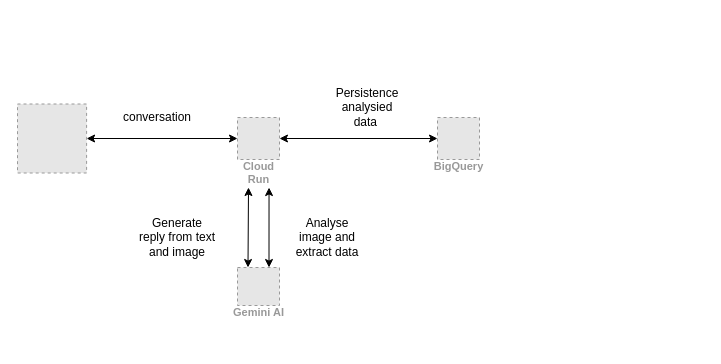
Before: docs/infra-architecture.drawio in kyong0612/fitness-supporter, a draw.io diagram. Source tidied: cells renumbered, new cells numbered last; positions are measured from the earlier drawing's top-left corner, leaving out a move shared by most shapes. Both pictures are drawn from the tidied source at 100%, with x=0, y=0 at pixel (17, 87). Pictures stored in the file or linked from it are replaced by grey dashed boxes.
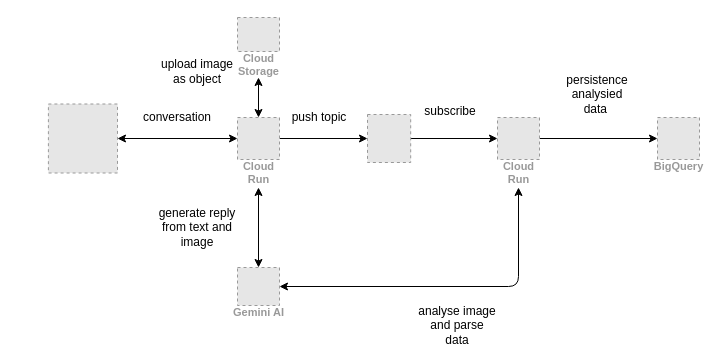
The same diagram, later.

The change refers to these unchanged cells:
```xml
<mxCell id="3" value="Cloud&#10;Run" style="fillColor=#E6E6E6;strokeColor=#999999;dashed=1;html=1;verticalAlign=top;labelPosition=center;verticalLabelPosition=bottom;align=center;spacingTop=-6;fontSize=11;fontStyle=1;fontColor=#999999;" parent="1" vertex="1">
  <mxGeometry x="220" y="30" width="42" height="42" as="geometry" />
</mxCell>
<mxCell id="9" value="Gemini AI" style="fillColor=#E6E6E6;strokeColor=#999999;dashed=1;html=1;verticalAlign=top;labelPosition=center;verticalLabelPosition=bottom;align=center;spacingTop=-6;fontSize=11;fontStyle=1;fontColor=#999999;" parent="1" vertex="1">
  <mxGeometry x="220" y="180" width="42" height="38" as="geometry" />
</mxCell>
```

The edit, as a diff of the source:
```diff
@@
-    <mxCell id="2" style="edgeStyle=none;html=1;entryX=0;entryY=0.5;entryDx=0;entryDy=0;startArrow=classic;startFill=1;" parent="1" edge="1" source="3" target="6">
-      <mxGeometry relative="1" as="geometry" />
-    </mxCell>
+    <mxCell id="14" style="edgeStyle=none;html=1;startArrow=classic;startFill=1;" parent="1" edge="1" source="3">
+      <mxGeometry relative="1" as="geometry">
+        <mxPoint x="241" y="-10" as="targetPoint" />
+      </mxGeometry>
+    </mxCell>
+    <mxCell id="15" style="edgeStyle=none;html=1;startArrow=none;startFill=0;" parent="1" edge="1" source="3" target="24">
+      <mxGeometry relative="1" as="geometry" />
+    </mxCell>
@@
     <mxCell id="5" style="fillColor=#E6E6E6;strokeColor=#999999;dashed=1;verticalLabelPosition=bottom;labelBackgroundColor=default;verticalAlign=top;" parent="1" vertex="1">
-      <mxGeometry y="16.5" width="69.1" height="69" as="geometry" />
+      <mxGeometry x="30.9" y="16.5" width="69.1" height="69" as="geometry" />
     </mxCell>
     <mxCell id="6" value="BigQuery" style="fillColor=#E6E6E6;strokeColor=#999999;dashed=1;html=1;verticalAlign=top;labelPosition=center;verticalLabelPosition=bottom;align=center;spacingTop=-6;fontSize=11;fontStyle=1;fontColor=#999999;" parent="1" vertex="1">
-      <mxGeometry x="420" y="30" width="42" height="42" as="geometry" />
+      <mxGeometry x="640" y="30" width="42" height="42" as="geometry" />
     </mxCell>
-    <mxCell id="7" style="edgeStyle=none;html=1;exitX=0.25;exitY=0;exitDx=0;exitDy=0;startArrow=classic;startFill=1;" parent="1" edge="1" source="9">
+    <mxCell id="7" style="edgeStyle=none;html=1;exitX=0.5;exitY=0;exitDx=0;exitDy=0;startArrow=classic;startFill=1;" parent="1" edge="1" source="9">
       <mxGeometry relative="1" as="geometry">
-        <mxPoint x="231" y="100" as="targetPoint" />
+        <mxPoint x="241" y="100" as="targetPoint" />
       </mxGeometry>
     </mxCell>
-    <mxCell id="8" style="edgeStyle=none;html=1;exitX=0.75;exitY=0;exitDx=0;exitDy=0;entryX=0.751;entryY=1.667;entryDx=0;entryDy=0;entryPerimeter=0;startArrow=classic;startFill=1;" parent="1" edge="1" source="9" target="3">
-      <mxGeometry relative="1" as="geometry" />
-    </mxCell>
@@
-    <mxCell id="10" value="Generate reply from text and image" style="text;html=1;strokeColor=none;fillColor=none;align=center;verticalAlign=middle;whiteSpace=wrap;rounded=0;" parent="1" vertex="1">
-      <mxGeometry x="120" y="130" width="80" height="40" as="geometry" />
+    <mxCell id="10" value="generate reply from text and image" style="text;html=1;strokeColor=none;fillColor=none;align=center;verticalAlign=middle;whiteSpace=wrap;rounded=0;" parent="1" vertex="1">
+      <mxGeometry x="140" y="120" width="80" height="40" as="geometry" />
     </mxCell>
-    <mxCell id="11" value="Analyse image and extract data" style="text;html=1;strokeColor=none;fillColor=none;align=center;verticalAlign=middle;whiteSpace=wrap;rounded=0;" parent="1" vertex="1">
-      <mxGeometry x="270" y="130" width="80" height="40" as="geometry" />
-    </mxCell>
-    <mxCell id="12" value="Persistence analysied data&amp;nbsp;" style="text;html=1;strokeColor=none;fillColor=none;align=center;verticalAlign=middle;whiteSpace=wrap;rounded=0;" parent="1" vertex="1">
-      <mxGeometry x="310" width="80" height="40" as="geometry" />
+    <mxCell id="12" value="persistence analysied data&amp;nbsp;" style="text;html=1;strokeColor=none;fillColor=none;align=center;verticalAlign=middle;whiteSpace=wrap;rounded=0;" parent="1" vertex="1">
+      <mxGeometry x="540" y="-13" width="80" height="40" as="geometry" />
     </mxCell>
     <mxCell id="13" value="conversation" style="text;html=1;strokeColor=none;fillColor=none;align=center;verticalAlign=middle;whiteSpace=wrap;rounded=0;" parent="1" vertex="1">
-      <mxGeometry x="100" y="10" width="80" height="40" as="geometry" />
+      <mxGeometry x="120" y="10" width="80" height="40" as="geometry" />
     </mxCell>
+    <mxCell id="16" value="Cloud&#10;Storage" style="fillColor=#E6E6E6;strokeColor=#999999;dashed=1;html=1;verticalAlign=top;labelPosition=center;verticalLabelPosition=bottom;align=center;spacingTop=-6;fontSize=11;fontStyle=1;fontColor=#999999;" parent="1" vertex="1">
+      <mxGeometry x="220" y="-70" width="42" height="34" as="geometry" />
+    </mxCell>
+    <mxCell id="17" value="upload image as object" style="text;html=1;strokeColor=none;fillColor=none;align=center;verticalAlign=middle;whiteSpace=wrap;rounded=0;" parent="1" vertex="1">
+      <mxGeometry x="140" y="-36" width="80" height="40" as="geometry" />
+    </mxCell>
+    <mxCell id="18" style="edgeStyle=none;html=1;entryX=1;entryY=0.5;entryDx=0;entryDy=0;startArrow=classic;startFill=1;" parent="1" edge="1" target="9">
+      <mxGeometry relative="1" as="geometry">
+        <mxPoint x="501" y="100" as="sourcePoint" />
+        <Array as="points">
+          <mxPoint x="501" y="199" />
+        </Array>
+      </mxGeometry>
+    </mxCell>
+    <mxCell id="19" style="edgeStyle=none;html=1;entryX=0;entryY=0.5;entryDx=0;entryDy=0;" parent="1" edge="1" source="20" target="6">
+      <mxGeometry relative="1" as="geometry" />
+    </mxCell>
+    <mxCell id="20" value="Cloud&#10;Run" style="fillColor=#E6E6E6;strokeColor=#999999;dashed=1;html=1;verticalAlign=top;labelPosition=center;verticalLabelPosition=bottom;align=center;spacingTop=-6;fontSize=11;fontStyle=1;fontColor=#999999;" parent="1" vertex="1">
+      <mxGeometry x="480" y="30" width="42" height="42" as="geometry" />
+    </mxCell>
+    <mxCell id="21" value="subscribe" style="text;html=1;strokeColor=none;fillColor=none;align=center;verticalAlign=middle;whiteSpace=wrap;rounded=0;" parent="1" vertex="1">
+      <mxGeometry x="393.2" y="4" width="80" height="40" as="geometry" />
+    </mxCell>
+    <mxCell id="22" value="analyse image and parse data" style="text;html=1;strokeColor=none;fillColor=none;align=center;verticalAlign=middle;whiteSpace=wrap;rounded=0;" parent="1" vertex="1">
+      <mxGeometry x="400" y="218" width="80" height="40" as="geometry" />
+    </mxCell>
+    <mxCell id="23" style="edgeStyle=none;html=1;entryX=0;entryY=0.5;entryDx=0;entryDy=0;startArrow=none;startFill=0;" parent="1" edge="1" source="24" target="20">
+      <mxGeometry relative="1" as="geometry" />
+    </mxCell>
+    <mxCell id="24" style="fillColor=#E6E6E6;strokeColor=#999999;dashed=1;verticalLabelPosition=bottom;labelBackgroundColor=#ffffff;verticalAlign=top;" parent="1" vertex="1">
+      <mxGeometry x="350" y="27" width="43.2" height="48" as="geometry" />
+    </mxCell>
+    <mxCell id="25" value="push topic" style="text;html=1;strokeColor=none;fillColor=none;align=center;verticalAlign=middle;whiteSpace=wrap;rounded=0;" parent="1" vertex="1">
+      <mxGeometry x="262" y="10" width="80" height="40" as="geometry" />
+    </mxCell>
```
